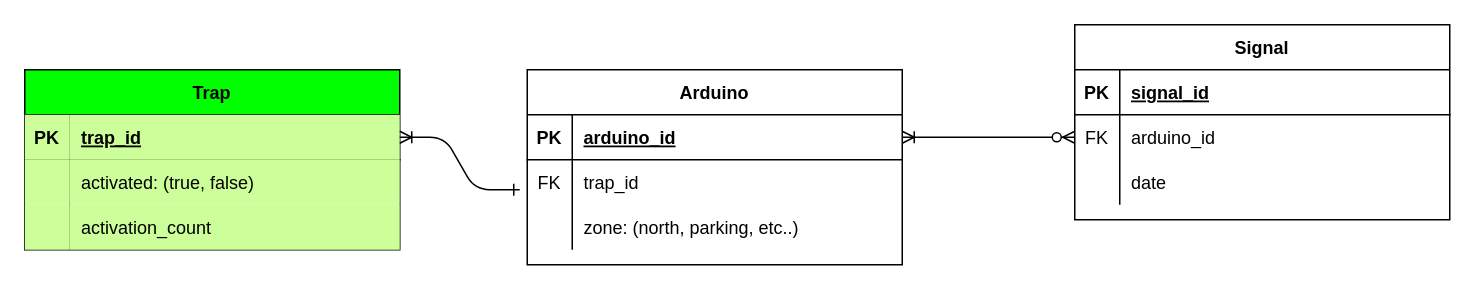
The draw.io diagram ERM IoT.drawio in EmergenBis/emergenbis-iot-backend, before the edit. Source tidied: cells renumbered, new cells numbered last; positions are measured from the earlier drawing's top-left corner, leaving out a move shared by most shapes. Both pictures are drawn from the tidied source at 150%, with x=0, y=0 at pixel (24, 24).
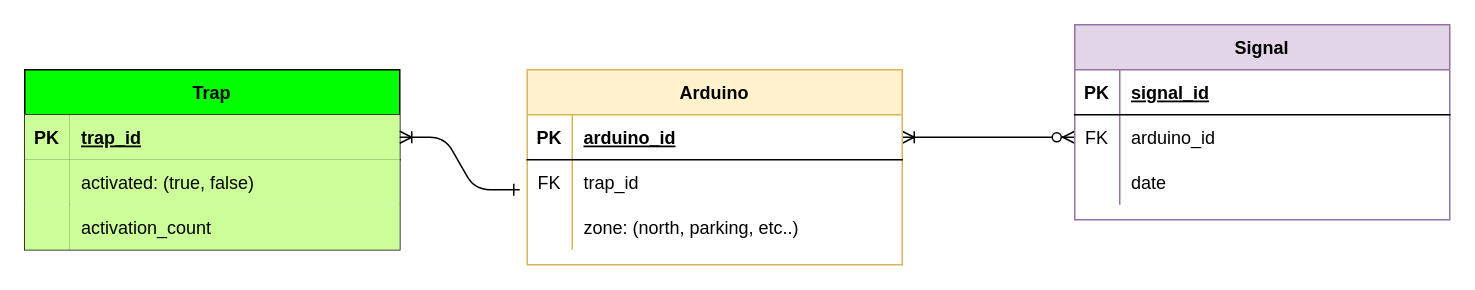
The same page after the edit.

Commit message:
Added Visual Aids

What changed in the source:
```diff
@@
-    <mxCell id="13" value="Signal" style="shape=table;startSize=30;childLayout=tableLayout;rowLines=0;fontStyle=1;align=center;" parent="1" vertex="1">
+    <mxCell id="13" value="Signal" style="shape=table;startSize=30;childLayout=tableLayout;rowLines=0;fontStyle=1;align=center;fillColor=#e1d5e7;strokeColor=#9673a6;" parent="1" vertex="1">
       <mxGeometry x="700" width="250" height="130" as="geometry" />
     </mxCell>
@@
-    <mxCell id="23" value="Arduino" style="shape=table;startSize=30;childLayout=tableLayout;rowLines=0;fontStyle=1;align=center;" parent="1" vertex="1">
+    <mxCell id="23" value="Arduino" style="shape=table;startSize=30;childLayout=tableLayout;rowLines=0;fontStyle=1;align=center;fillColor=#fff2cc;strokeColor=#d6b656;" parent="1" vertex="1">
       <mxGeometry x="335" y="30" width="250" height="130" as="geometry" />
     </mxCell>
```
